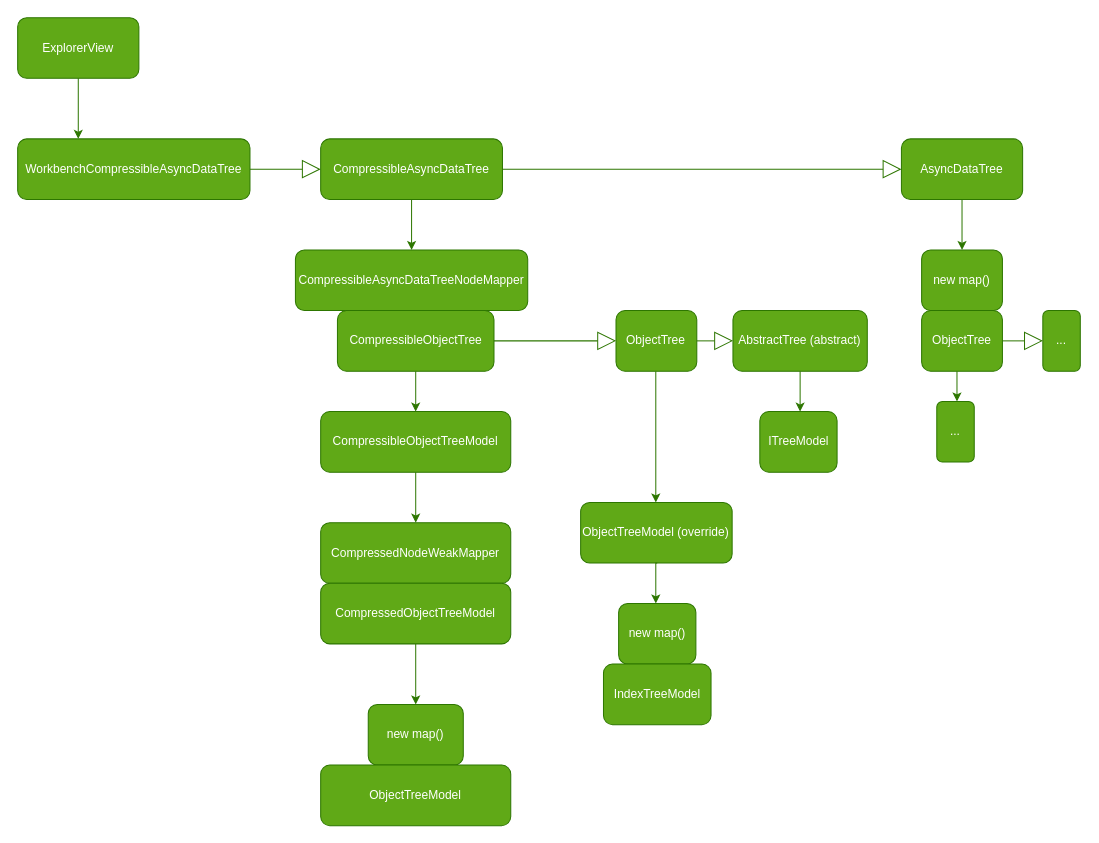
Above: doc/assets/vscode/vscodeExplorerView.drawio in Bistard/nota (draw.io), before the change. Source tidied: cells renumbered, new cells numbered last; positions are measured from the earlier drawing's top-left corner, leaving out a move shared by most shapes. Both pictures are drawn from the tidied source at 101%, with x=0, y=0 at pixel (17, 17).
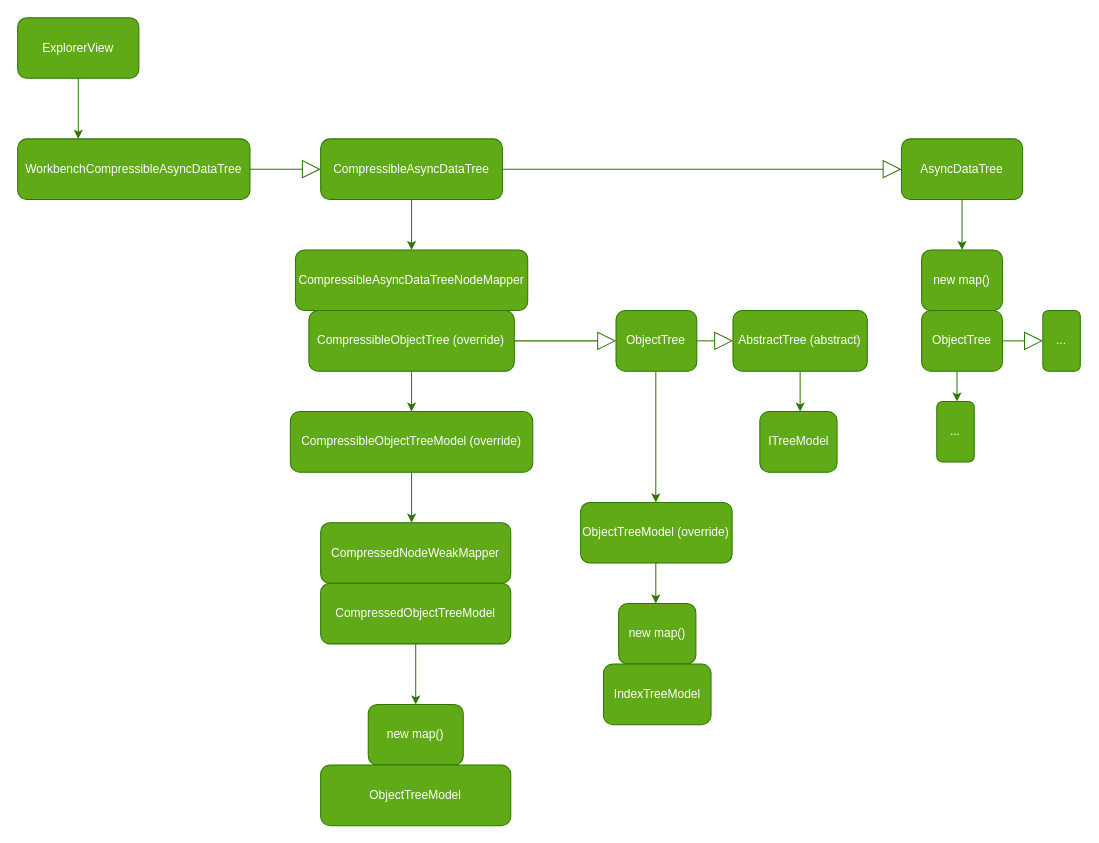
The same diagram, later.

Commit message (it also covers changes not shown here):
[Add] dev tools window now is detached

What changed in the source:
```diff
@@
-    <mxCell id="22" value="&lt;div style=&quot;text-align: left&quot;&gt;&lt;font&gt;&lt;span style=&quot;font-size: 11.9px&quot;&gt;CompressibleObjectTree&lt;/span&gt;&lt;/font&gt;&lt;br&gt;&lt;/div&gt;" style="rounded=1;whiteSpace=wrap;html=1;labelBackgroundColor=none;fontColor=#ffffff;fillColor=#60a917;strokeColor=#2D7600;" parent="1" vertex="1">
-      <mxGeometry x="316.6" y="290" width="155" height="60" as="geometry" />
+    <mxCell id="22" value="&lt;div style=&quot;text-align: left&quot;&gt;&lt;font&gt;&lt;span style=&quot;font-size: 11.9px&quot;&gt;CompressibleObjectTree (override)&lt;/span&gt;&lt;/font&gt;&lt;br&gt;&lt;/div&gt;" style="rounded=1;whiteSpace=wrap;html=1;labelBackgroundColor=none;fontColor=#ffffff;fillColor=#60a917;strokeColor=#2D7600;" parent="1" vertex="1">
+      <mxGeometry x="288.3" y="290" width="203.4" height="60" as="geometry" />
     </mxCell>
@@
-    <mxCell id="27" value="&lt;div style=&quot;text-align: left&quot;&gt;&lt;font&gt;&lt;span style=&quot;font-size: 11.9px&quot;&gt;CompressibleObjectTreeModel&lt;/span&gt;&lt;/font&gt;&lt;/div&gt;" style="rounded=1;whiteSpace=wrap;html=1;labelBackgroundColor=none;fontColor=#ffffff;fillColor=#60a917;strokeColor=#2D7600;" parent="1" vertex="1">
-      <mxGeometry x="300" y="390" width="188.2" height="60" as="geometry" />
+    <mxCell id="27" value="&lt;div style=&quot;text-align: left&quot;&gt;&lt;font&gt;&lt;span style=&quot;font-size: 11.9px&quot;&gt;CompressibleObjectTreeModel (override)&lt;/span&gt;&lt;/font&gt;&lt;/div&gt;" style="rounded=1;whiteSpace=wrap;html=1;labelBackgroundColor=none;fontColor=#ffffff;fillColor=#60a917;strokeColor=#2D7600;" parent="1" vertex="1">
+      <mxGeometry x="270" y="390" width="240" height="60" as="geometry" />
     </mxCell>
```
